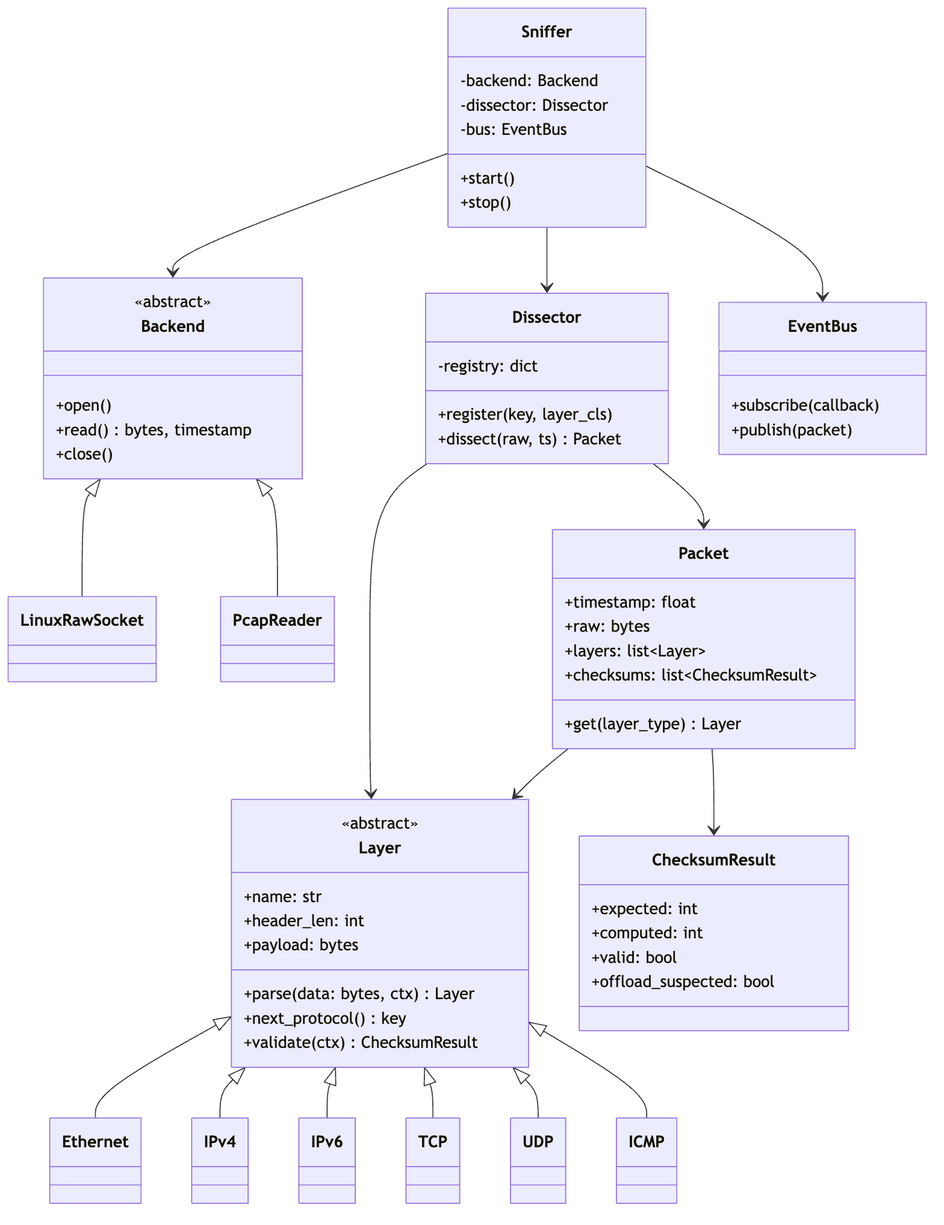
The Mermaid diagram docs/diagrams/classes.png in Noronhafla/rawpkt, before a commit. Its source is kept beside it as docs/diagrams/classes.mmd.
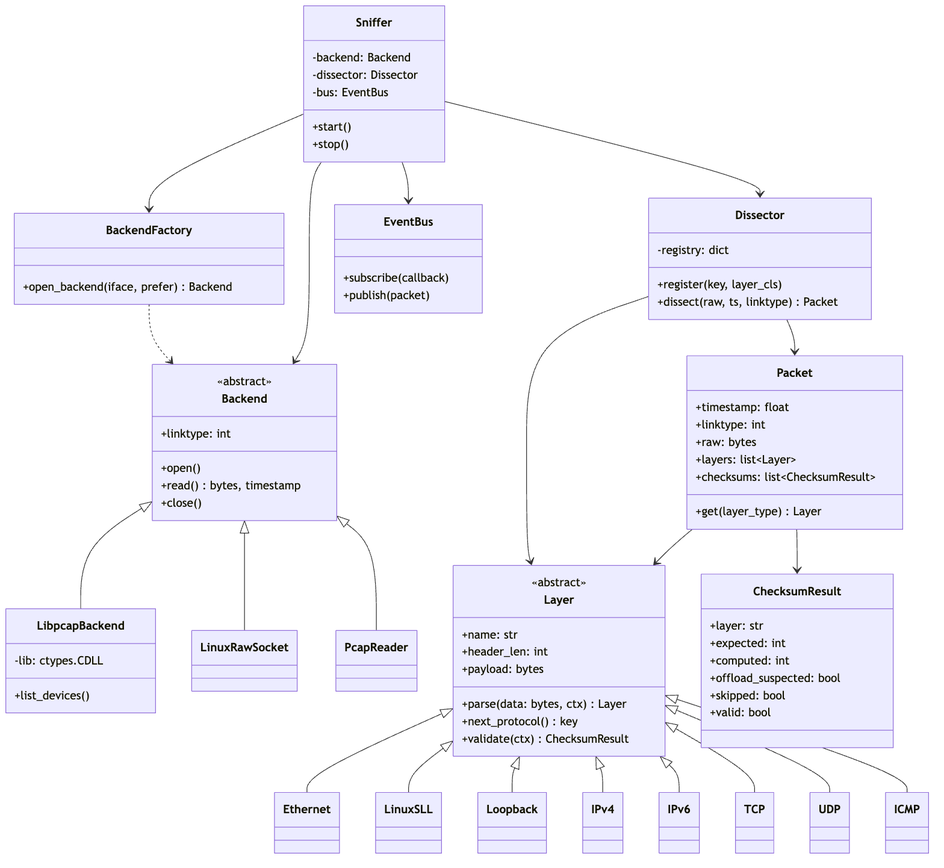
Above is the later version.

Commit message:
Fix checksum bugs and sync README and diagrams with multiplatform architecture

Change to the diagram source:
```diff
@@ -1,14 +1,25 @@
 classDiagram
   class Backend {
     <<abstract>>
+    +linktype: int
     +open()
     +read() bytes, timestamp
     +close()
   }
+  class LibpcapBackend {
+    -lib: ctypes.CDLL
+    +list_devices()
+  }
   class LinuxRawSocket
   class PcapReader
+  Backend <|-- LibpcapBackend
   Backend <|-- LinuxRawSocket
   Backend <|-- PcapReader
+
+  class BackendFactory {
+    +open_backend(iface, prefer) Backend
+  }
+  BackendFactory ..> Backend
 
   class Layer {
     <<abstract>>
@@ -20,6 +31,8 @@
     +validate(ctx) ChecksumResult
   }
   Layer <|-- Ethernet
+  Layer <|-- LinuxSLL
+  Layer <|-- Loopback
   Layer <|-- IPv4
   Layer <|-- IPv6
   Layer <|-- TCP
@@ -27,14 +40,17 @@
   Layer <|-- ICMP
 
   class ChecksumResult {
+    +layer: str
     +expected: int
     +computed: int
+    +offload_suspected: bool
+    +skipped: bool
     +valid: bool
-    +offload_suspected: bool
   }
 
   class Packet {
     +timestamp: float
+    +linktype: int
     +raw: bytes
     +layers: list~Layer~
     +checksums: list~ChecksumResult~
@@ -44,7 +60,7 @@
   class Dissector {
     -registry: dict
     +register(key, layer_cls)
-    +dissect(raw, ts) Packet
+    +dissect(raw, ts, linktype) Packet
   }
 
   class EventBus {
@@ -60,6 +76,7 @@
     +stop()
   }
 
+  Sniffer --> BackendFactory
   Sniffer --> Backend
   Sniffer --> Dissector
   Sniffer --> EventBus
```
